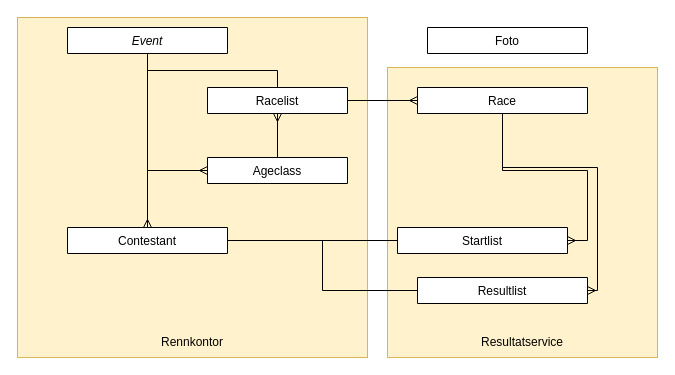
Earlier version of the draw.io diagram Langrenn Entities.drawio (langrenn-sprint/issue-tracker). Source tidied: cells renumbered, new cells numbered last; positions are measured from the earlier drawing's top-left corner, leaving out a move shared by most shapes. Both pictures are drawn from the tidied source at 100%, with x=0, y=0 at pixel (17, 17).
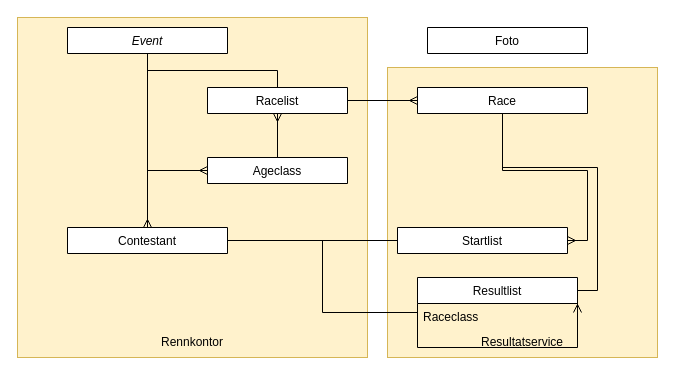
The same page after the edit.

What changed in the source:
```diff
@@
-    <mxCell id="14" value="Resultlist" style="swimlane;fontStyle=0;align=center;verticalAlign=top;horizontal=1;startSize=26;rounded=0;shadow=0;strokeWidth=1;" parent="1" vertex="1" collapsed="1">
-      <mxGeometry x="400" y="260" width="170" height="26" as="geometry" />
+    <mxCell id="14" value="Resultlist" style="swimlane;fontStyle=0;align=center;verticalAlign=top;horizontal=1;startSize=26;rounded=0;shadow=0;strokeWidth=1;" parent="1" vertex="1">
+      <mxGeometry x="400" y="260" width="160" height="70" as="geometry" />
     </mxCell>
+    <mxCell id="23" value="Raceclass" style="text;align=left;verticalAlign=top;spacingLeft=4;spacingRight=4;overflow=hidden;" parent="14" vertex="1">
+      <mxGeometry y="26" width="160" height="26" as="geometry" />
+    </mxCell>
```
